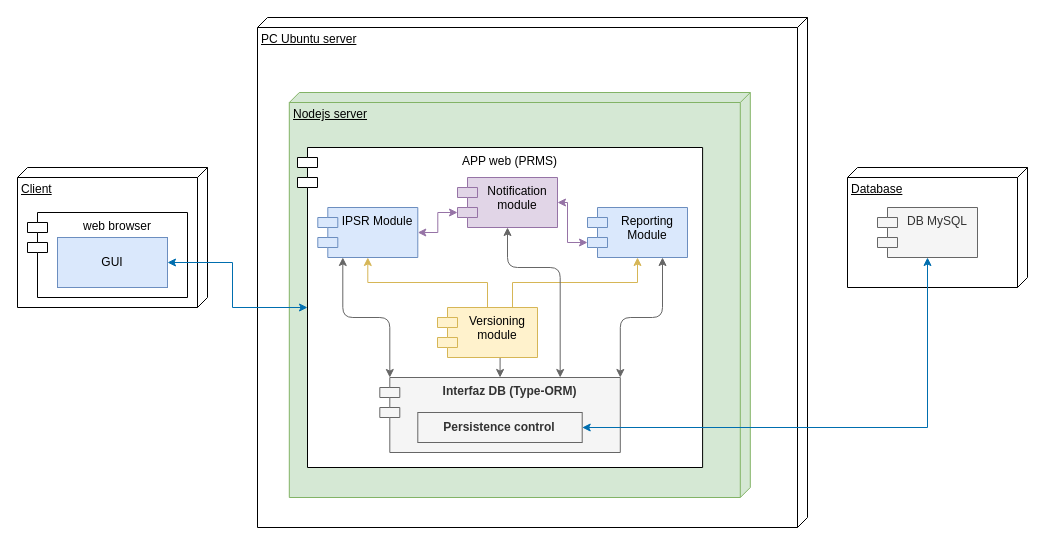
Above: prms/Untitled Diagram.drawio in davinzifc/diagrams (draw.io), before the change. Source tidied: cells renumbered, new cells numbered last; positions are measured from the earlier drawing's top-left corner, leaving out a move shared by most shapes. Both pictures are drawn from the tidied source at 100%, with x=0, y=0 at pixel (17, 17).
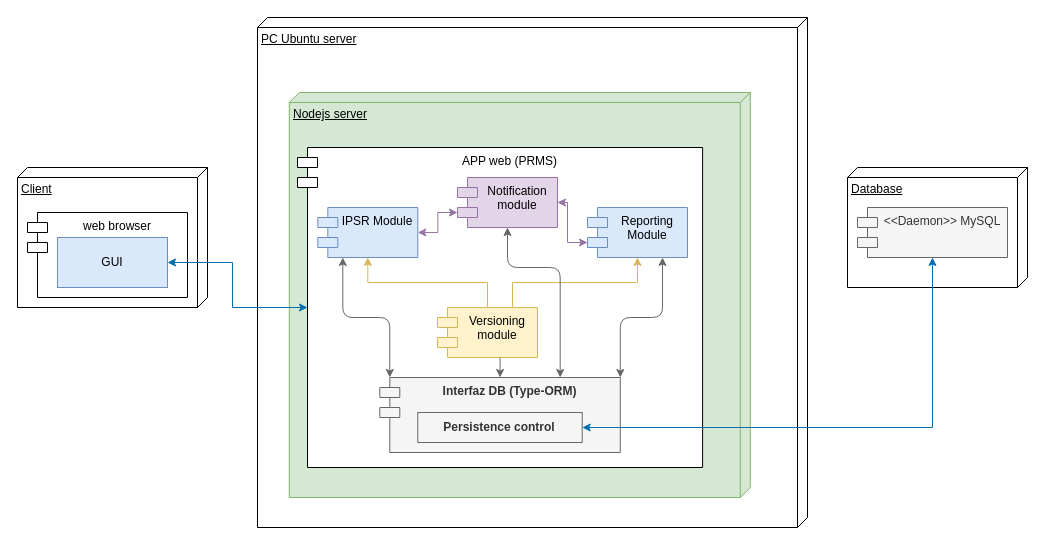
The same diagram, later.

Unchanged cells that the change refers to:
```xml
<mxCell id="20" style="group;" parent="1" vertex="1">
  <mxGeometry x="830" y="150" width="180" height="120" as="geometry" />
</mxCell>
```

What changed in the source:
```diff
@@
-    <mxCell id="22" value="DB MySQL" style="shape=module;align=left;spacingLeft=20;align=center;verticalAlign=top;whiteSpace=wrap;html=1;fillColor=#f5f5f5;fontColor=#333333;strokeColor=#666666;" parent="20" vertex="1">
-      <mxGeometry x="30" y="40" width="100" height="50" as="geometry" />
+    <mxCell id="22" value="&amp;lt;&amp;lt;Daemon&amp;gt;&amp;gt; MySQL" style="shape=module;align=left;spacingLeft=20;align=center;verticalAlign=top;whiteSpace=wrap;html=1;fillColor=#f5f5f5;fontColor=#333333;strokeColor=#666666;" parent="20" vertex="1">
+      <mxGeometry x="10" y="40" width="150" height="50" as="geometry" />
     </mxCell>
```
